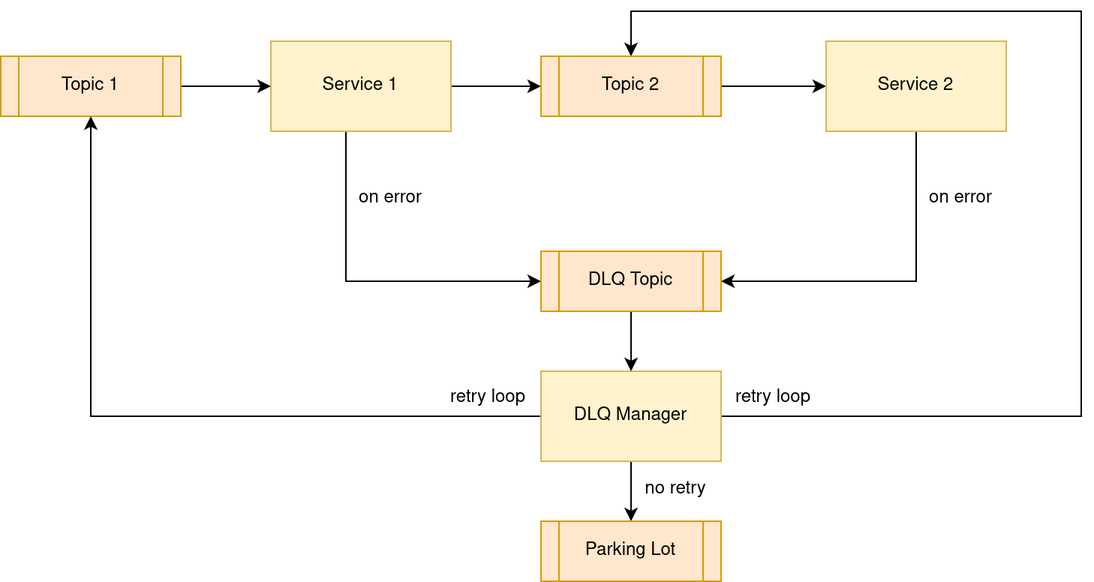
Before: processing-common/dlq/doc/media/overview.png, a diagram exported from draw.io (COPRS/production-common). Source tidied: cells renumbered, new cells last; positions are measured from the earlier drawing's top-left corner, leaving out a move shared by most shapes.
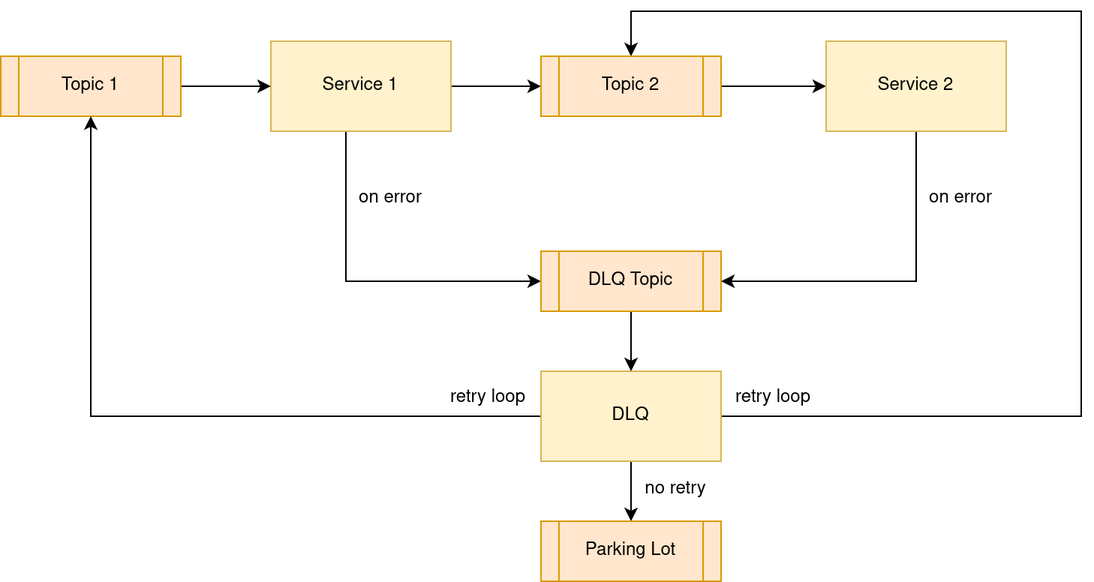
The same diagram one commit later.

Commit message:
* Change text in DLQ

Diff of the diagram source:
```diff
@@ -36,7 +36,7 @@
     <mxCell id="9" style="edgeStyle=orthogonalEdgeStyle;rounded=0;jettySize=auto;html=1;" parent="1" edge="1" source="10" target="19">
       <mxGeometry relative="1" as="geometry" />
     </mxCell>
-    <mxCell id="10" value="DLQ Manager" style="rounded=0;whiteSpace=wrap;html=1;fillColor=#fff2cc;strokeColor=#d6b656;" parent="1" vertex="1">
+    <mxCell id="10" value="DLQ" style="rounded=0;whiteSpace=wrap;html=1;fillColor=#fff2cc;strokeColor=#d6b656;" parent="1" vertex="1">
       <mxGeometry x="360" y="240" width="120" height="60" as="geometry" />
     </mxCell>
     <mxCell id="11" style="edgeStyle=orthogonalEdgeStyle;rounded=0;jettySize=auto;html=1;" parent="1" edge="1" source="12" target="10">
```
